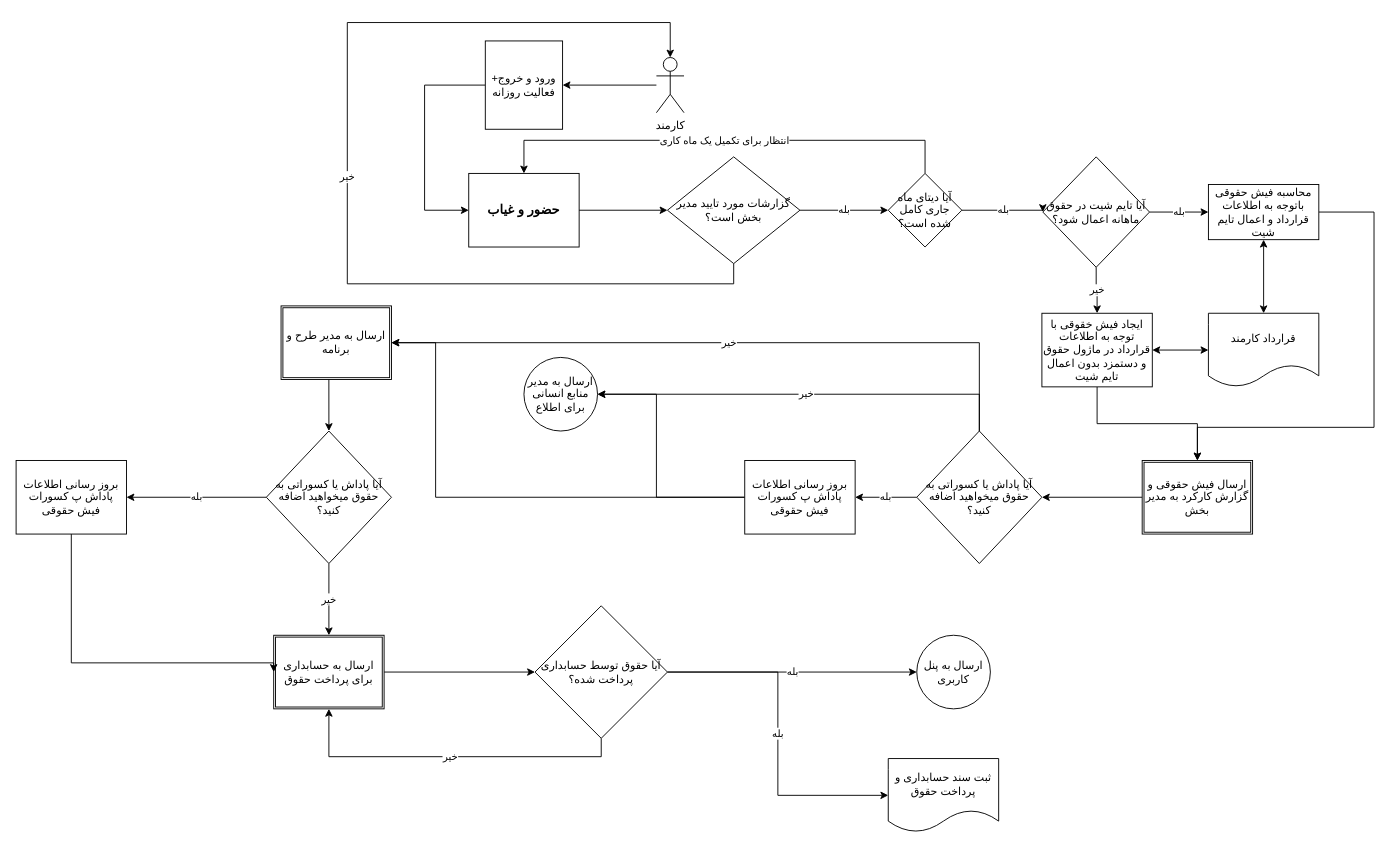
Before: Untitled Diagram.drawio in hosseinfaraji79/Daneshkar, a draw.io diagram. Source tidied: cells renumbered, new cells numbered last; positions are measured from the earlier drawing's top-left corner, leaving out a move shared by most shapes. Both pictures are drawn from the tidied source at 92%, with x=0, y=0 at pixel (16, 22).
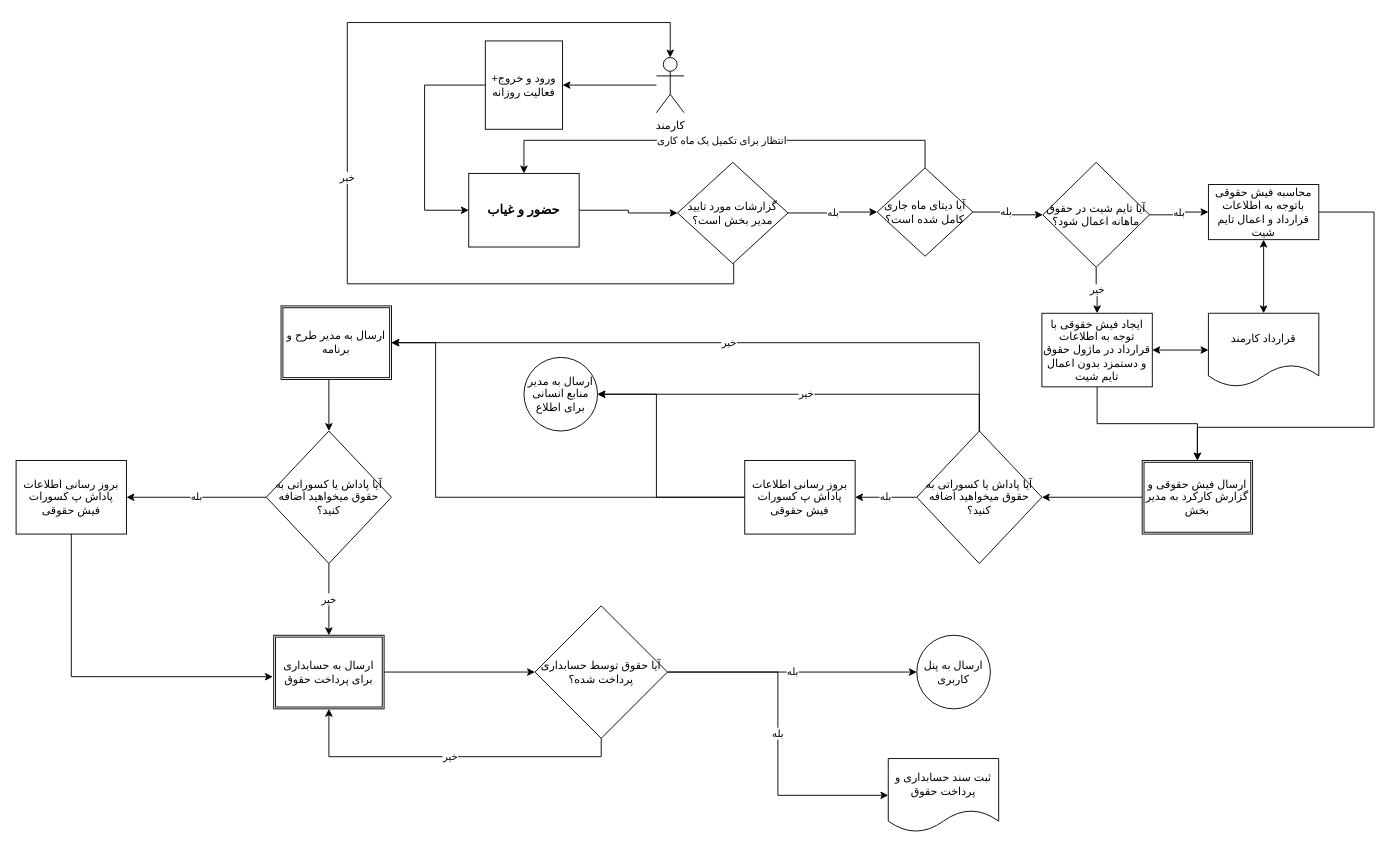
After the change.

The change refers to these unchanged cells:
```xml
<mxCell id="13" value="ارسال به حسابداری برای پرداخت حقوق " style="shape=ext;double=1;rounded=0;whiteSpace=wrap;html=1;" parent="1" vertex="1">
  <mxGeometry x="280" y="666" width="120" height="80" as="geometry" />
</mxCell>
<mxCell id="42" value="بروز رسانی اطلاعات پاداش پ کسورات فیش حقوقی" style="rounded=0;whiteSpace=wrap;html=1;" parent="1" vertex="1">
  <mxGeometry y="476" width="120" height="80" as="geometry" />
</mxCell>
```

What changed in the source:
```diff
@@
-    <mxCell id="2" value="بله" style="edgeStyle=orthogonalEdgeStyle;rounded=0;jettySize=auto;html=1;entryX=0;entryY=0.5;entryDx=0;entryDy=0;" parent="1" edge="1" source="21" target="24">
-      <mxGeometry relative="1" as="geometry">
-        <Array as="points">
-          <mxPoint x="1116" y="204" />
-        </Array>
-      </mxGeometry>
-    </mxCell>
@@
     <mxCell id="18" value="گزارشات مورد تایید مدیر بخش است؟" style="rhombus;whiteSpace=wrap;html=1;" parent="1" vertex="1">
-      <mxGeometry x="708" y="146" width="144" height="116" as="geometry" />
+      <mxGeometry x="719" y="152" width="120" height="110" as="geometry" />
     </mxCell>
@@
+    <mxCell id="49" style="edgeStyle=orthogonalEdgeStyle;rounded=0;jettySize=auto;html=1;" parent="1" edge="1" source="21" target="24">
+      <mxGeometry relative="1" as="geometry" />
+    </mxCell>
+    <mxCell id="2" value="بله" style="edgeLabel;html=1;align=center;verticalAlign=middle;" parent="49" vertex="1">
+      <mxGeometry x="-0.12" y="1" relative="1" as="geometry" />
+    </mxCell>
     <mxCell id="21" value="آیا دیتای ماه جاری کامل شده است؟" style="rhombus;whiteSpace=wrap;html=1;" parent="1" vertex="1">
-      <mxGeometry x="948" y="164" width="80" height="80" as="geometry" />
+      <mxGeometry x="936" y="158" width="104" height="96" as="geometry" />
     </mxCell>
@@
     <mxCell id="24" value="آیا تایم شیت در حقوق ماهانه اعمال شود؟" style="rhombus;whiteSpace=wrap;html=1;" parent="1" vertex="1">
-      <mxGeometry x="1116" y="146" width="116" height="120" as="geometry" />
+      <mxGeometry x="1116" y="152" width="116" height="114" as="geometry" />
     </mxCell>
@@
-    <mxCell id="41" style="edgeStyle=orthogonalEdgeStyle;rounded=0;jettySize=auto;html=1;entryX=0;entryY=0.5;entryDx=0;entryDy=0;" parent="1" edge="1" source="42" target="13">
+    <mxCell id="41" style="edgeStyle=orthogonalEdgeStyle;rounded=0;jettySize=auto;html=1;entryX=-0.008;entryY=0.563;entryDx=0;entryDy=0;entryPerimeter=0;" parent="1" edge="1" source="42" target="13">
       <mxGeometry relative="1" as="geometry">
         <Array as="points">
-          <mxPoint x="60" y="696" />
+          <mxPoint x="60" y="711" />
         </Array>
       </mxGeometry>
     </mxCell>
```
